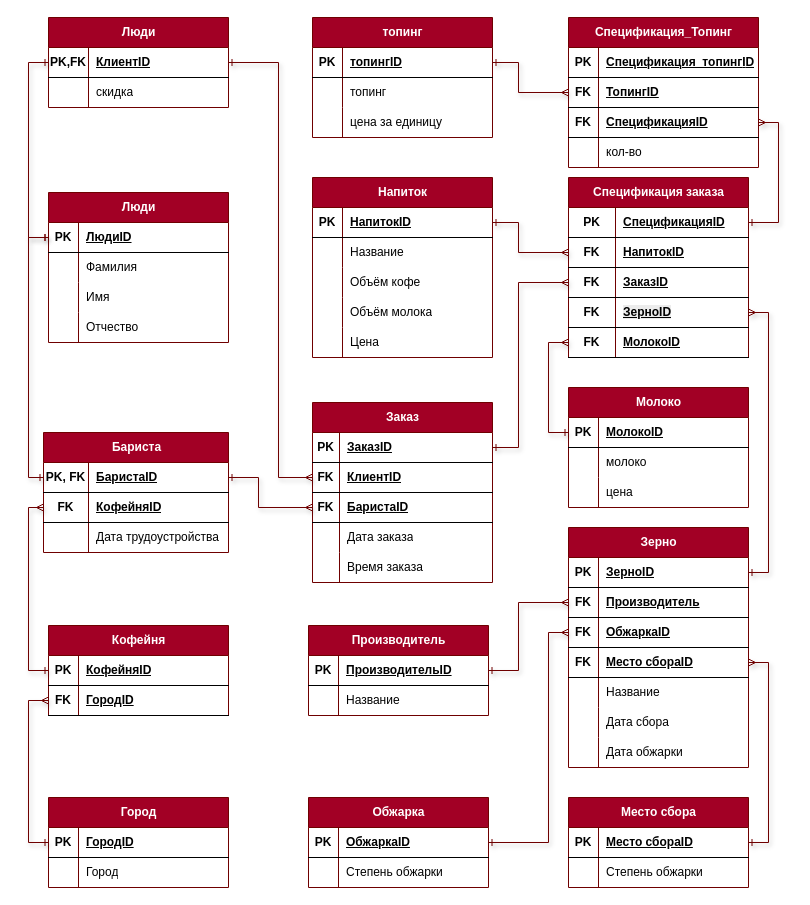
dan4a06/university_tasks keeps this draw.io diagram as Базы данных/Кофейня.drawio. Above is the earlier version. Source tidied: cells renumbered, new cells numbered last; positions are measured from the earlier drawing's top-left corner, leaving out a move shared by most shapes. Both pictures are drawn from the tidied source at 100%, with x=0, y=0 at pixel (8, 17).
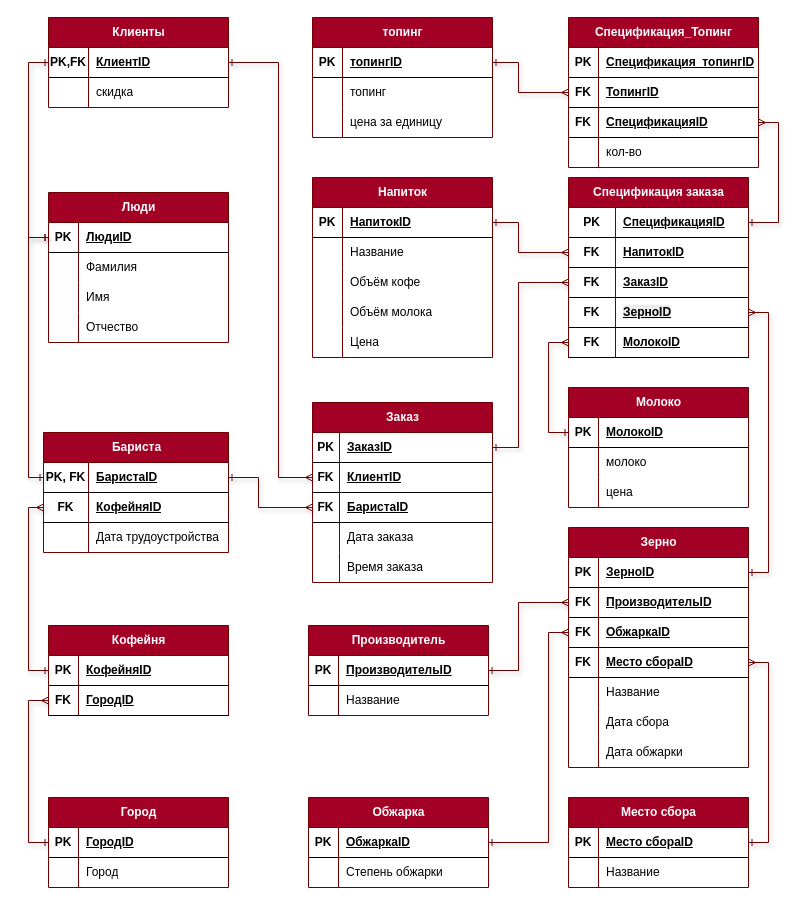
The same page after the edit.

Commit message (it also covers changes not shown here):
небольшое изменение в кофейне

Unchanged cells that the change refers to:
```xml
<mxCell id="20" style="shape=tableRow;horizontal=0;startSize=0;swimlaneHead=0;swimlaneBody=0;fillColor=none;points=[[0,0.5],[1,0.5]];portConstraint=eastwest;top=0;left=0;right=0;bottom=1;" parent="16" vertex="1">
  <mxGeometry y="60" width="180" height="30" as="geometry" />
</mxCell>
<mxCell id="95" style="shape=tableRow;horizontal=0;startSize=0;swimlaneHead=0;swimlaneBody=0;fillColor=none;top=0;left=0;right=0;bottom=0;" parent="91" vertex="1">
  <mxGeometry y="60" width="180" height="30" as="geometry" />
</mxCell>
```

What changed in the source:
```diff
@@
-    <mxCell id="22" value="Производитель" style="shape=partialRectangle;fillColor=none;top=0;left=0;bottom=0;right=0;align=left;spacingLeft=6;fontStyle=5;overflow=hidden;whiteSpace=wrap;html=1;" parent="20" vertex="1">
+    <mxCell id="22" value="ПроизводительID" style="shape=partialRectangle;fillColor=none;top=0;left=0;bottom=0;right=0;align=left;spacingLeft=6;fontStyle=5;overflow=hidden;whiteSpace=wrap;html=1;" parent="20" vertex="1">
       <mxGeometry x="30" width="150" height="30" as="geometry" />
     </mxCell>
@@
-    <mxCell id="97" value="Степень обжарки" style="shape=partialRectangle;fillColor=none;top=0;left=0;bottom=0;right=0;align=left;spacingLeft=6;overflow=hidden;whiteSpace=wrap;html=1;" parent="95" vertex="1">
+    <mxCell id="97" value="Название" style="shape=partialRectangle;fillColor=none;top=0;left=0;bottom=0;right=0;align=left;spacingLeft=6;overflow=hidden;whiteSpace=wrap;html=1;" parent="95" vertex="1">
       <mxGeometry x="30" width="150" height="30" as="geometry" />
     </mxCell>
@@
-    <mxCell id="172" value="Люди" style="shape=table;startSize=30;childLayout=tableLayout;rowLines=0;fontStyle=1;align=center;html=1;fillColor=#a20025;strokeColor=#6F0000;fontColor=#ffffff;" parent="1" vertex="1">
+    <mxCell id="172" value="Клиенты" style="shape=table;startSize=30;childLayout=tableLayout;rowLines=0;fontStyle=1;align=center;html=1;fillColor=#a20025;strokeColor=#6F0000;fontColor=#ffffff;" parent="1" vertex="1">
       <mxGeometry x="40" width="180" height="90" as="geometry" />
     </mxCell>
```
